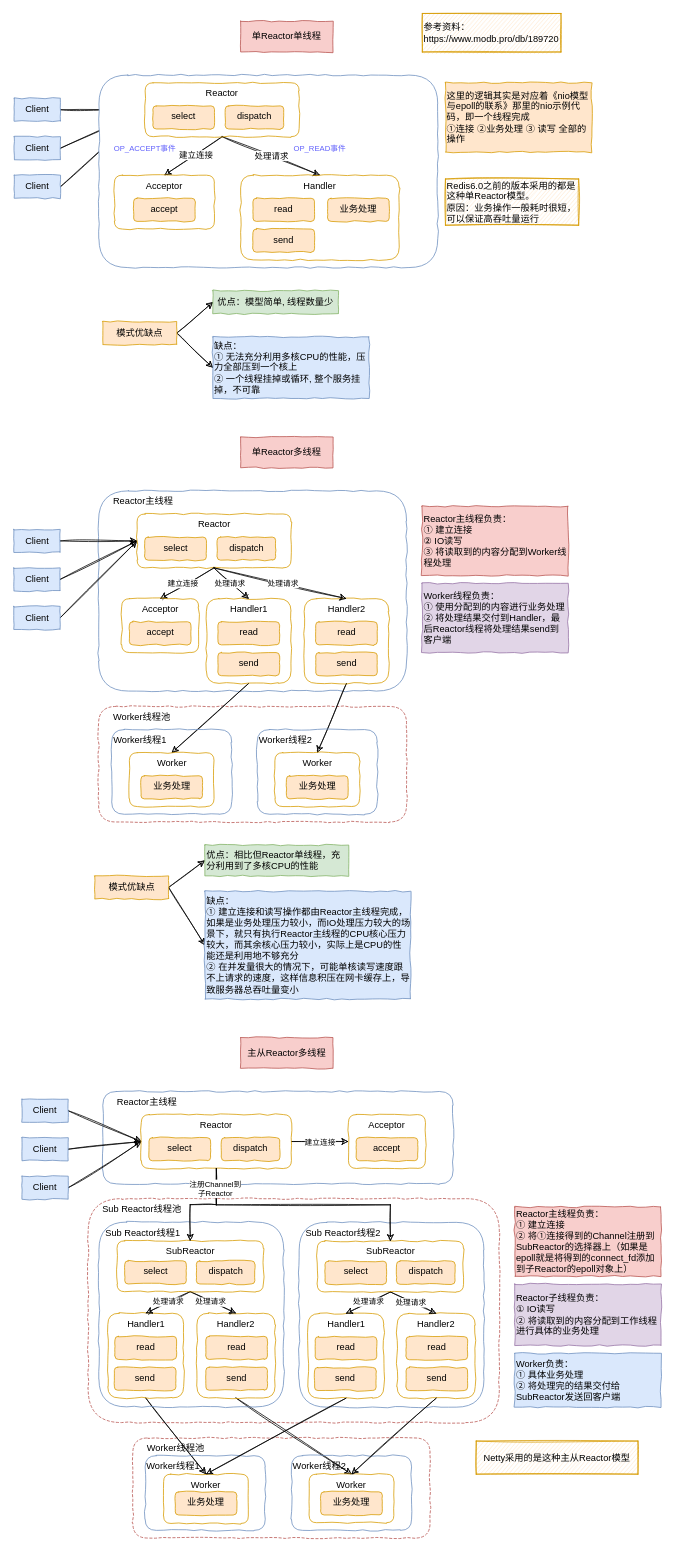
Above: 面试/nio与netty/Reactor模型总结.drawio in codeReaper2001/diagram (draw.io), before the change. Source tidied: cells renumbered, new cells numbered last; positions are measured from the earlier drawing's top-left corner, leaving out a move shared by most shapes. Both pictures are drawn from the tidied source at 77%, with x=0, y=0 at pixel (14, 13).
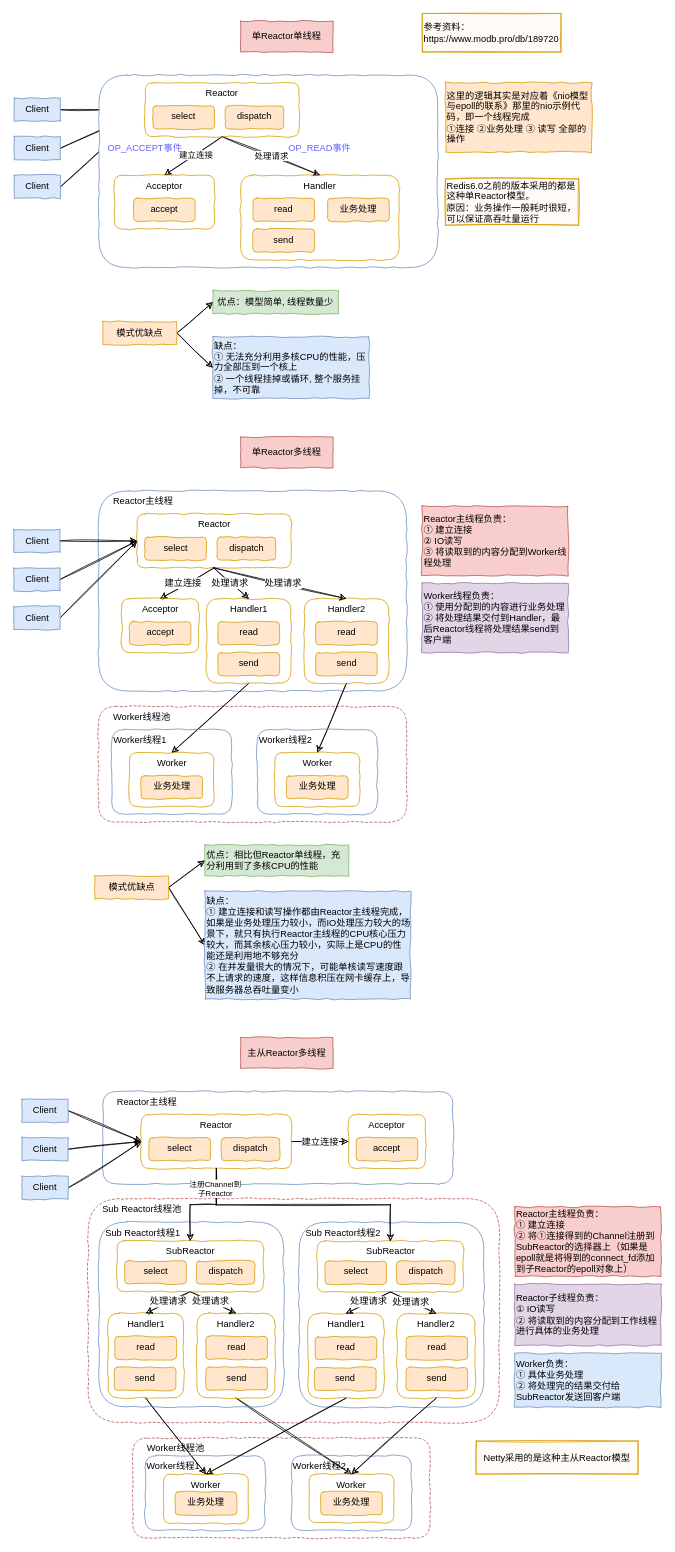
The same diagram, later.

Commit message (it also covers changes not shown here):
修改字体大小

The change refers to these unchanged cells:
```xml
<mxCell id="48" style="edgeStyle=none;sketch=1;html=1;exitX=0.5;exitY=1;exitDx=0;exitDy=0;entryX=0.5;entryY=0;entryDx=0;entryDy=0;fontSize=10;fontColor=#6262FC;" parent="1" edge="1" source="45" target="55">
  <mxGeometry relative="1" as="geometry" />
</mxCell>
<mxCell id="61" style="edgeStyle=none;sketch=1;html=1;exitX=0.5;exitY=1;exitDx=0;exitDy=0;entryX=0.5;entryY=0;entryDx=0;entryDy=0;fontSize=10;fontColor=#6262FC;" parent="1" edge="1" source="45" target="52">
  <mxGeometry relative="1" as="geometry" />
</mxCell>
<mxCell id="63" style="edgeStyle=none;sketch=1;html=1;exitX=0.5;exitY=1;exitDx=0;exitDy=0;entryX=0.5;entryY=0;entryDx=0;entryDy=0;fontSize=10;fontColor=#6262FC;" parent="1" edge="1" source="45" target="58">
  <mxGeometry relative="1" as="geometry" />
</mxCell>
<mxCell id="86" style="edgeStyle=none;sketch=1;html=1;exitX=1;exitY=0.5;exitDx=0;exitDy=0;entryX=0;entryY=0.5;entryDx=0;entryDy=0;fontSize=10;fontColor=#6262FC;" parent="1" edge="1" source="100" target="97">
  <mxGeometry relative="1" as="geometry" />
</mxCell>
<mxCell id="111" style="edgeStyle=none;sketch=1;html=1;exitX=0.5;exitY=1;exitDx=0;exitDy=0;entryX=0.5;entryY=0;entryDx=0;entryDy=0;fontSize=10;fontColor=#6262FC;" parent="103" edge="1" source="115" target="105">
  <mxGeometry relative="1" as="geometry" />
</mxCell>
<mxCell id="113" style="edgeStyle=none;sketch=1;html=1;exitX=0.5;exitY=1;exitDx=0;exitDy=0;entryX=0.5;entryY=0;entryDx=0;entryDy=0;fontSize=10;fontColor=#6262FC;" parent="103" edge="1" source="115" target="108">
  <mxGeometry relative="1" as="geometry" />
</mxCell>
<mxCell id="126" style="edgeStyle=none;sketch=1;html=1;exitX=0.5;exitY=1;exitDx=0;exitDy=0;entryX=0.5;entryY=0;entryDx=0;entryDy=0;fontSize=10;fontColor=#6262FC;" parent="118" edge="1" source="130" target="120">
  <mxGeometry relative="1" as="geometry" />
</mxCell>
<mxCell id="128" style="edgeStyle=none;sketch=1;html=1;exitX=0.5;exitY=1;exitDx=0;exitDy=0;entryX=0.5;entryY=0;entryDx=0;entryDy=0;fontSize=10;fontColor=#6262FC;" parent="118" edge="1" source="130" target="123">
  <mxGeometry relative="1" as="geometry" />
</mxCell>
```

Change to the diagram source:
```diff
@@
-    <mxCell id="2" value="&amp;nbsp; &amp;nbsp; &amp;nbsp;Worker线程池" style="rounded=1;whiteSpace=wrap;html=1;comic=1;fillColor=default;strokeColor=#b85450;align=left;verticalAlign=top;dashed=1;" parent="1" vertex="1">
+    <mxCell id="2" value="&amp;nbsp; &amp;nbsp; &amp;nbsp;Worker线程池" style="rounded=1;whiteSpace=wrap;html=1;comic=1;fillColor=#FFFFFF;strokeColor=#b85450;align=left;verticalAlign=top;dashed=1;" parent="1" vertex="1">
       <mxGeometry x="109.5" y="900" width="400" height="150" as="geometry" />
     </mxCell>
@@
-    <mxCell id="12" style="rounded=1;whiteSpace=wrap;html=1;comic=1;fillColor=default;strokeColor=#6c8ebf;align=left;verticalAlign=top;" parent="1" vertex="1">
+    <mxCell id="12" style="rounded=1;whiteSpace=wrap;html=1;comic=1;fillColor=#FFFFFF;strokeColor=#6c8ebf;align=left;verticalAlign=top;" parent="1" vertex="1">
       <mxGeometry x="110" y="80" width="440" height="250" as="geometry" />
     </mxCell>
@@
-    <mxCell id="25" value="&lt;font style=&quot;font-size: 10px&quot; color=&quot;#6262fc&quot;&gt;OP_ACCEPT事件&lt;/font&gt;" style="rounded=0;whiteSpace=wrap;html=1;comic=1;fillColor=none;strokeColor=none;align=center;absoluteArcSize=0;verticalAlign=middle;sketch=1;" parent="1" vertex="1">
+    <mxCell id="25" value="&lt;font style=&quot;font-size: 12px&quot; color=&quot;#6262fc&quot;&gt;OP_ACCEPT事件&lt;/font&gt;" style="rounded=0;whiteSpace=wrap;html=1;comic=1;fillColor=none;strokeColor=none;align=center;absoluteArcSize=0;verticalAlign=middle;sketch=1;" parent="1" vertex="1">
       <mxGeometry x="120" y="160" width="100" height="30" as="geometry" />
     </mxCell>
-    <mxCell id="26" value="&lt;font style=&quot;font-size: 10px&quot; color=&quot;#6262fc&quot;&gt;OP_READ事件&lt;/font&gt;" style="rounded=0;whiteSpace=wrap;html=1;comic=1;fillColor=none;strokeColor=none;align=center;absoluteArcSize=0;verticalAlign=middle;sketch=1;" parent="1" vertex="1">
+    <mxCell id="26" value="&lt;font style=&quot;font-size: 12px&quot; color=&quot;#6262fc&quot;&gt;OP_READ事件&lt;/font&gt;" style="rounded=0;whiteSpace=wrap;html=1;comic=1;fillColor=none;strokeColor=none;align=center;absoluteArcSize=0;verticalAlign=middle;sketch=1;" parent="1" vertex="1">
       <mxGeometry x="347" y="160" width="100" height="30" as="geometry" />
     </mxCell>
@@
-    <mxCell id="33" value="&amp;nbsp; &amp;nbsp; &amp;nbsp;Reactor主线程" style="rounded=1;whiteSpace=wrap;html=1;comic=1;fillColor=default;strokeColor=#6c8ebf;align=left;verticalAlign=top;" parent="1" vertex="1">
+    <mxCell id="33" value="&amp;nbsp; &amp;nbsp; &amp;nbsp;Reactor主线程" style="rounded=1;whiteSpace=wrap;html=1;comic=1;fillColor=#FFFFFF;strokeColor=#6c8ebf;align=left;verticalAlign=top;" parent="1" vertex="1">
       <mxGeometry x="109.5" y="620" width="400" height="260" as="geometry" />
     </mxCell>
@@
-    <mxCell id="49" value="&lt;font color=&quot;#000000&quot;&gt;建立连接&lt;/font&gt;" style="edgeLabel;html=1;align=center;verticalAlign=middle;fontSize=10;fontColor=#6262FC;" parent="48" vertex="1">
+    <mxCell id="49" value="&lt;font color=&quot;#000000&quot; style=&quot;font-size: 12px&quot;&gt;建立连接&lt;/font&gt;" style="edgeLabel;html=1;align=center;verticalAlign=middle;fontSize=10;fontColor=#6262FC;" parent="48" vertex="1">
       <mxGeometry x="0.23" y="-1" relative="1" as="geometry">
         <mxPoint x="3" y="-4" as="offset" />
       </mxGeometry>
     </mxCell>
@@
-    <mxCell id="62" value="处理请求" style="edgeLabel;html=1;align=center;verticalAlign=middle;fontSize=10;fontColor=#000000;" parent="61" vertex="1">
+    <mxCell id="62" value="&lt;font style=&quot;font-size: 12px&quot;&gt;处理请求&lt;/font&gt;" style="edgeLabel;html=1;align=center;verticalAlign=middle;fontSize=10;fontColor=#000000;" parent="61" vertex="1">
       <mxGeometry x="0.47" relative="1" as="geometry">
         <mxPoint x="-13" y="-10" as="offset" />
       </mxGeometry>
     </mxCell>
@@
-    <mxCell id="64" value="处理请求" style="edgeLabel;html=1;align=center;verticalAlign=middle;fontSize=10;fontColor=#000000;" parent="63" vertex="1">
+    <mxCell id="64" value="&lt;font style=&quot;font-size: 12px&quot;&gt;处理请求&lt;/font&gt;" style="edgeLabel;html=1;align=center;verticalAlign=middle;fontSize=10;fontColor=#000000;" parent="63" vertex="1">
       <mxGeometry x="-0.15" y="-1" relative="1" as="geometry">
         <mxPoint x="16" y="2" as="offset" />
       </mxGeometry>
     </mxCell>
@@
-    <mxCell id="87" value="&lt;font color=&quot;#000000&quot;&gt;建立连接&lt;/font&gt;" style="edgeLabel;html=1;align=center;verticalAlign=middle;fontSize=10;fontColor=#6262FC;" parent="86" vertex="1">
+    <mxCell id="87" value="&lt;font color=&quot;#000000&quot; style=&quot;font-size: 12px&quot;&gt;建立连接&lt;/font&gt;" style="edgeLabel;html=1;align=center;verticalAlign=middle;fontSize=10;fontColor=#6262FC;" parent="86" vertex="1">
       <mxGeometry x="0.23" y="-1" relative="1" as="geometry">
         <mxPoint x="-10" y="-1" as="offset" />
       </mxGeometry>
     </mxCell>
@@
-    <mxCell id="112" value="处理请求" style="edgeLabel;html=1;align=center;verticalAlign=middle;fontSize=10;fontColor=#000000;" parent="111" vertex="1">
+    <mxCell id="112" value="&lt;font style=&quot;font-size: 12px&quot;&gt;处理请求&lt;/font&gt;" style="edgeLabel;html=1;align=center;verticalAlign=middle;fontSize=10;fontColor=#000000;" parent="111" vertex="1">
       <mxGeometry x="0.47" relative="1" as="geometry">
         <mxPoint x="13" y="-8" as="offset" />
       </mxGeometry>
     </mxCell>
@@
-    <mxCell id="114" value="处理请求" style="edgeLabel;html=1;align=center;verticalAlign=middle;fontSize=10;fontColor=#000000;" parent="113" vertex="1">
+    <mxCell id="114" value="&lt;font style=&quot;font-size: 12px&quot;&gt;处理请求&lt;/font&gt;" style="edgeLabel;html=1;align=center;verticalAlign=middle;fontSize=10;fontColor=#000000;" parent="113" vertex="1">
       <mxGeometry x="-0.15" y="-1" relative="1" as="geometry">
         <mxPoint x="1" as="offset" />
       </mxGeometry>
     </mxCell>
@@
-    <mxCell id="127" value="处理请求" style="edgeLabel;html=1;align=center;verticalAlign=middle;fontSize=10;fontColor=#000000;" parent="126" vertex="1">
+    <mxCell id="127" value="&lt;font style=&quot;font-size: 12px&quot;&gt;处理请求&lt;/font&gt;" style="edgeLabel;html=1;align=center;verticalAlign=middle;fontSize=10;fontColor=#000000;" parent="126" vertex="1">
       <mxGeometry x="0.47" relative="1" as="geometry">
         <mxPoint x="13" y="-8" as="offset" />
       </mxGeometry>
     </mxCell>
@@
-    <mxCell id="129" value="处理请求" style="edgeLabel;html=1;align=center;verticalAlign=middle;fontSize=10;fontColor=#000000;" parent="128" vertex="1">
+    <mxCell id="129" value="&lt;font style=&quot;font-size: 12px&quot;&gt;处理请求&lt;/font&gt;" style="edgeLabel;html=1;align=center;verticalAlign=middle;fontSize=10;fontColor=#000000;" parent="128" vertex="1">
       <mxGeometry x="-0.15" y="-1" relative="1" as="geometry">
         <mxPoint x="1" as="offset" />
       </mxGeometry>
     </mxCell>
```
